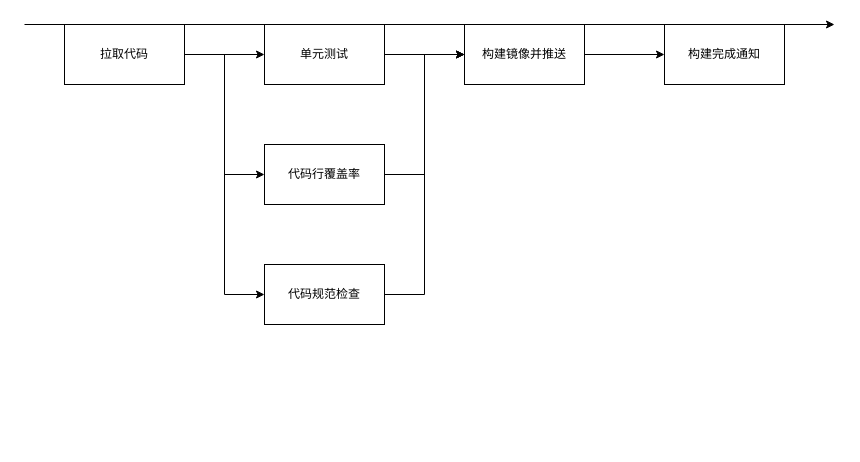
This is 构建.drawio from 1005281342/svg, a draw.io file, before an edit. Source tidied: cells renumbered, new cells numbered last; positions are measured from the earlier drawing's top-left corner, leaving out a move shared by most shapes. Both pictures are drawn from the tidied source at 100%, with x=0, y=0 at pixel (24, 24).
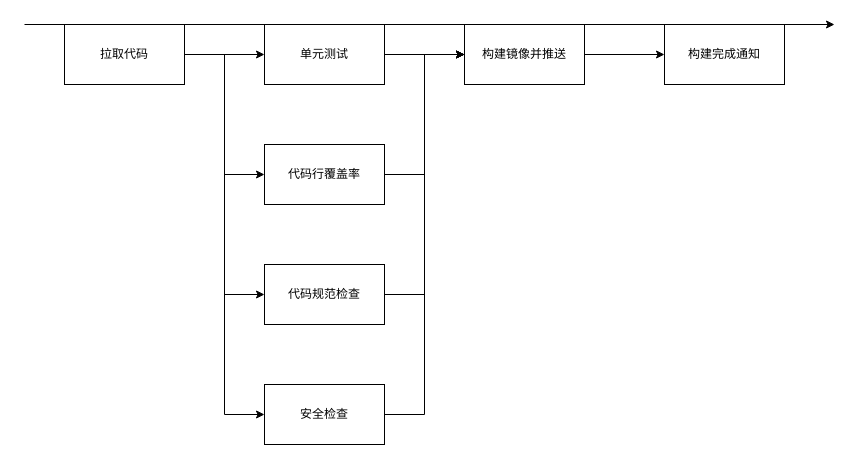
Above is the later version.

Change to the diagram source:
```diff
@@
 <mxGraphModel>
   <root>
     <mxCell id="0" />
     <mxCell id="1" parent="0" />
     <mxCell id="2" style="endArrow=classic;html=1;rounded=0;" parent="1" edge="1">
       <mxGeometry relative="1" as="geometry">
         <mxPoint as="sourcePoint" />
         <mxPoint x="810" as="targetPoint" />
       </mxGeometry>
     </mxCell>
     <mxCell id="3" style="edgeStyle=orthogonalEdgeStyle;rounded=0;jettySize=auto;html=1;" parent="1" edge="1" source="6" target="8">
       <mxGeometry relative="1" as="geometry" />
     </mxCell>
     <mxCell id="4" style="edgeStyle=orthogonalEdgeStyle;rounded=0;jettySize=auto;html=1;entryX=0;entryY=0.5;entryDx=0;entryDy=0;" parent="1" edge="1" source="6" target="10">
       <mxGeometry relative="1" as="geometry" />
     </mxCell>
     <mxCell id="5" style="edgeStyle=orthogonalEdgeStyle;rounded=0;jettySize=auto;html=1;exitX=1;exitY=0.5;exitDx=0;exitDy=0;entryX=0;entryY=0.5;entryDx=0;entryDy=0;" parent="1" edge="1" source="6" target="12">
       <mxGeometry relative="1" as="geometry" />
     </mxCell>
+    <mxCell id="16" style="edgeStyle=orthogonalEdgeStyle;rounded=0;jettySize=auto;html=1;entryX=0;entryY=0.5;entryDx=0;entryDy=0;" parent="1" edge="1" source="6" target="18">
+      <mxGeometry relative="1" as="geometry" />
+    </mxCell>
     <mxCell id="6" value="拉取代码" style="rounded=0;whiteSpace=wrap;html=1;" parent="1" vertex="1">
       <mxGeometry x="40" width="120" height="60" as="geometry" />
     </mxCell>
     <mxCell id="7" style="edgeStyle=orthogonalEdgeStyle;rounded=0;jettySize=auto;html=1;" parent="1" edge="1" source="8" target="14">
       <mxGeometry relative="1" as="geometry" />
     </mxCell>
     <mxCell id="8" value="单元测试" style="rounded=0;whiteSpace=wrap;html=1;" parent="1" vertex="1">
       <mxGeometry x="240" width="120" height="60" as="geometry" />
     </mxCell>
     <mxCell id="9" style="edgeStyle=orthogonalEdgeStyle;rounded=0;jettySize=auto;html=1;entryX=0;entryY=0.5;entryDx=0;entryDy=0;" parent="1" edge="1" source="10" target="14">
       <mxGeometry relative="1" as="geometry" />
     </mxCell>
     <mxCell id="10" value="代码行覆盖率" style="rounded=0;whiteSpace=wrap;html=1;" parent="1" vertex="1">
       <mxGeometry x="240" y="120" width="120" height="60" as="geometry" />
     </mxCell>
     <mxCell id="11" style="edgeStyle=orthogonalEdgeStyle;rounded=0;jettySize=auto;html=1;entryX=0;entryY=0.5;entryDx=0;entryDy=0;" parent="1" edge="1" source="12" target="14">
       <mxGeometry relative="1" as="geometry" />
     </mxCell>
     <mxCell id="12" value="代码规范检查" style="rounded=0;whiteSpace=wrap;html=1;" parent="1" vertex="1">
       <mxGeometry x="240" y="240" width="120" height="60" as="geometry" />
     </mxCell>
     <mxCell id="13" style="edgeStyle=orthogonalEdgeStyle;rounded=0;jettySize=auto;html=1;" parent="1" edge="1" source="14" target="15">
       <mxGeometry relative="1" as="geometry" />
     </mxCell>
     <mxCell id="14" value="构建镜像并推送" style="rounded=0;whiteSpace=wrap;html=1;" parent="1" vertex="1">
       <mxGeometry x="440" width="120" height="60" as="geometry" />
     </mxCell>
     <mxCell id="15" value="构建完成通知" style="rounded=0;whiteSpace=wrap;html=1;" parent="1" vertex="1">
       <mxGeometry x="640" width="120" height="60" as="geometry" />
     </mxCell>
+    <mxCell id="17" style="edgeStyle=orthogonalEdgeStyle;rounded=0;jettySize=auto;html=1;entryX=0;entryY=0.5;entryDx=0;entryDy=0;" parent="1" edge="1" source="18" target="14">
+      <mxGeometry relative="1" as="geometry" />
+    </mxCell>
+    <mxCell id="18" value="安全检查" style="rounded=0;whiteSpace=wrap;html=1;" parent="1" vertex="1">
+      <mxGeometry x="240" y="360" width="120" height="60" as="geometry" />
+    </mxCell>
   </root>
 </mxGraphModel>
```
